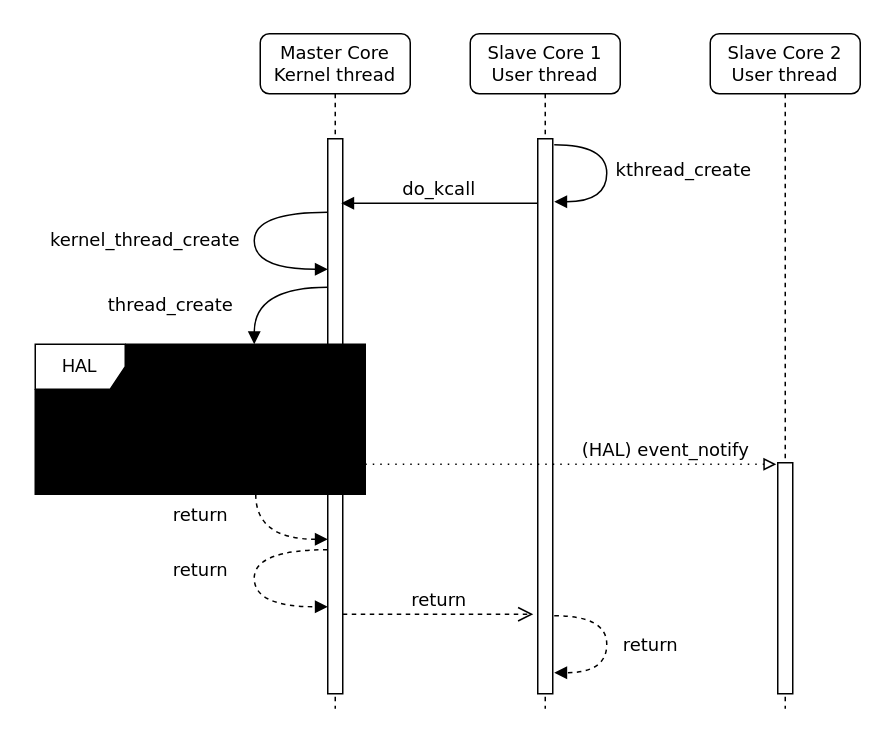
Earlier version of the draw.io diagram dissertation/imgs/others/nanvix-microkernel-execution.drawio (joaovicentesouto/tcc). Source tidied: cells renumbered, new cells numbered last; positions are measured from the earlier drawing's top-left corner, leaving out a move shared by most shapes. Both pictures are drawn from the tidied source at 150%, with x=0, y=0 at pixel (26, 26).
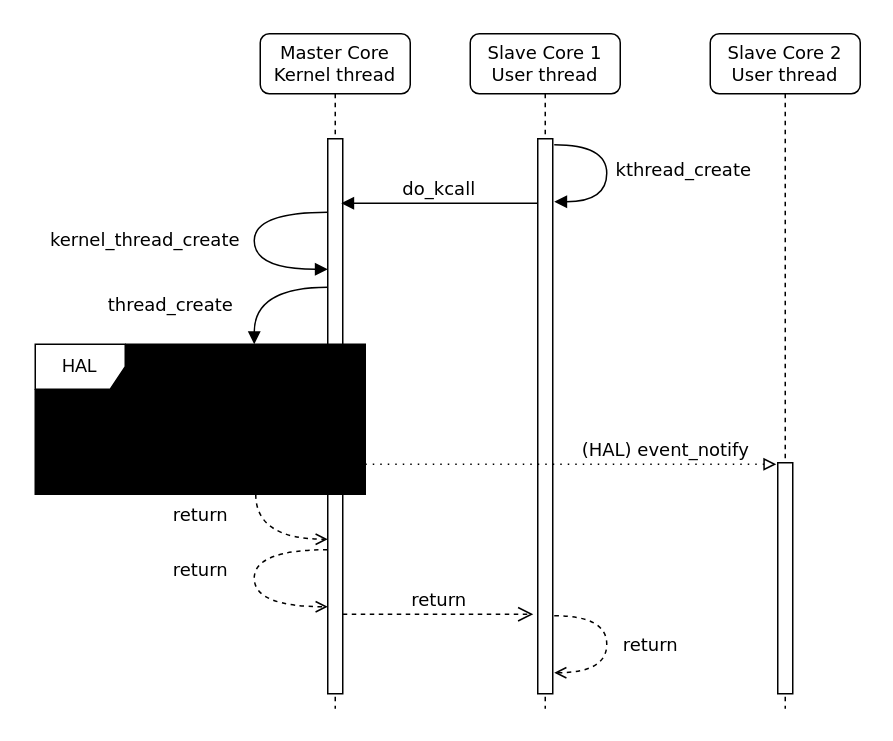
The same page after the edit.

Commit message (it also covers changes not shown here):
[imgs] Modifies nanvix images and fixes master-slave os

The change refers to these unchanged cells:
```xml
<mxCell id="4" style="group;" parent="3" vertex="1">
  <mxGeometry width="550" height="450" as="geometry" />
</mxCell>
<mxCell id="18" value="HAL" style="shape=umlFrame;whiteSpace=wrap;html=1;strokeColor=#000000;" parent="4" vertex="1">
  <mxGeometry y="207" width="220" height="100" as="geometry" />
</mxCell>
```

Diff of the diagram source:
```diff
@@
-    <mxCell id="2" style="group;" parent="1" vertex="1">
-      <mxGeometry x="6" y="5" width="550" height="450" as="geometry" />
-    </mxCell>
-    <mxCell id="3" style="group;" parent="2" vertex="1">
-      <mxGeometry width="550" height="450" as="geometry" />
+    <mxCell id="3" style="group;" parent="1" vertex="1">
+      <mxGeometry x="6" y="5" width="550" height="450" as="geometry" />
     </mxCell>
@@
-    <mxCell id="19" value="return" style="html=1;verticalAlign=bottom;endArrow=block;labelBackgroundColor=none;fontFamily=Verdana;fontSize=12;elbow=vertical;edgeStyle=orthogonalEdgeStyle;curved=1;dashed=1;" parent="4" edge="1" source="18">
+    <mxCell id="19" value="return" style="html=1;verticalAlign=bottom;endArrow=open;labelBackgroundColor=none;fontFamily=Verdana;fontSize=12;elbow=vertical;edgeStyle=orthogonalEdgeStyle;curved=1;dashed=1;endFill=0;" parent="4" edge="1" source="18">
       <mxGeometry x="-0.41" y="-37" relative="1" as="geometry">
         <mxPoint x="195" y="337" as="targetPoint" />
         <Array as="points">
           <mxPoint x="147" y="337" />
         </Array>
       </mxGeometry>
     </mxCell>
-    <mxCell id="20" value="return" style="html=1;verticalAlign=bottom;endArrow=block;labelBackgroundColor=none;fontFamily=Verdana;fontSize=12;elbow=vertical;edgeStyle=orthogonalEdgeStyle;curved=1;dashed=1;" parent="4" edge="1">
+    <mxCell id="20" value="return" style="html=1;verticalAlign=bottom;endArrow=open;labelBackgroundColor=none;fontFamily=Verdana;fontSize=12;elbow=vertical;edgeStyle=orthogonalEdgeStyle;curved=1;dashed=1;endFill=0;" parent="4" edge="1">
       <mxGeometry x="0.28" y="39" relative="1" as="geometry">
         <mxPoint x="195" y="344" as="sourcePoint" />
         <mxPoint x="195" y="382" as="targetPoint" />
         <Array as="points">
           <mxPoint x="146" y="344" />
           <mxPoint x="146" y="382" />
         </Array>
         <mxPoint x="-36" y="24" as="offset" />
       </mxGeometry>
     </mxCell>
@@
-    <mxCell id="22" value="return" style="html=1;verticalAlign=bottom;endArrow=block;labelBackgroundColor=none;fontFamily=Verdana;fontSize=12;elbow=vertical;edgeStyle=orthogonalEdgeStyle;curved=1;dashed=1;" parent="4" edge="1">
+    <mxCell id="22" value="return" style="html=1;verticalAlign=bottom;endArrow=open;labelBackgroundColor=none;fontFamily=Verdana;fontSize=12;elbow=vertical;edgeStyle=orthogonalEdgeStyle;curved=1;dashed=1;endFill=0;" parent="4" edge="1">
       <mxGeometry x="0.35" y="-30" relative="1" as="geometry">
         <mxPoint x="346" y="388" as="sourcePoint" />
         <mxPoint x="346" y="426" as="targetPoint" />
         <Array as="points">
           <mxPoint x="381" y="388" />
           <mxPoint x="381" y="426" />
         </Array>
         <mxPoint x="29" y="21" as="offset" />
       </mxGeometry>
     </mxCell>
```
